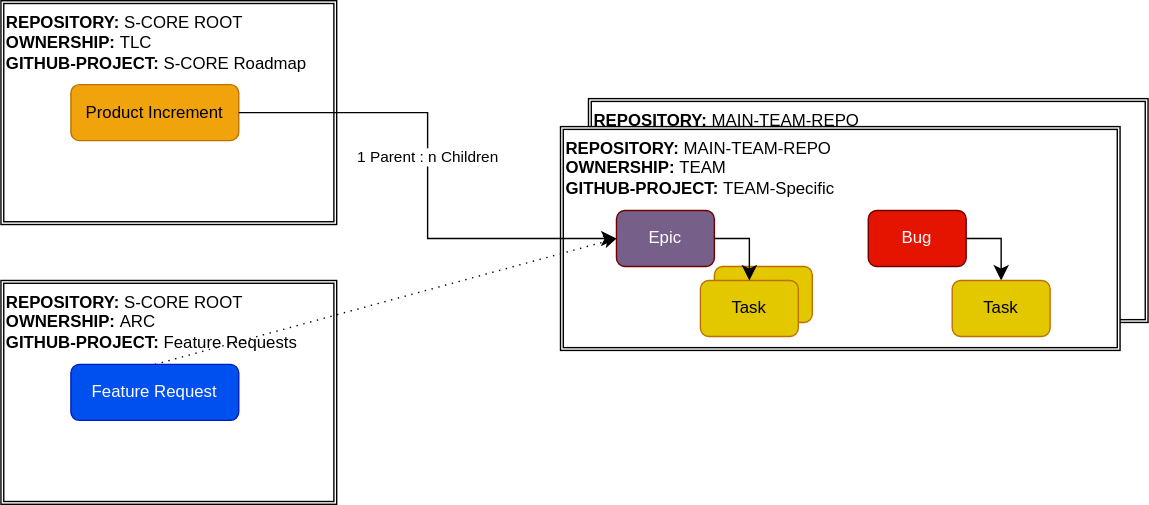
Before: docs/platform_management_plan/_assets/score_project_management_planning_overview.drawio.svg, a diagram exported from draw.io (eclipse-score/score). Source tidied: cells renumbered, new cells last; positions are measured from the earlier drawing's top-left corner, leaving out a move shared by most shapes.
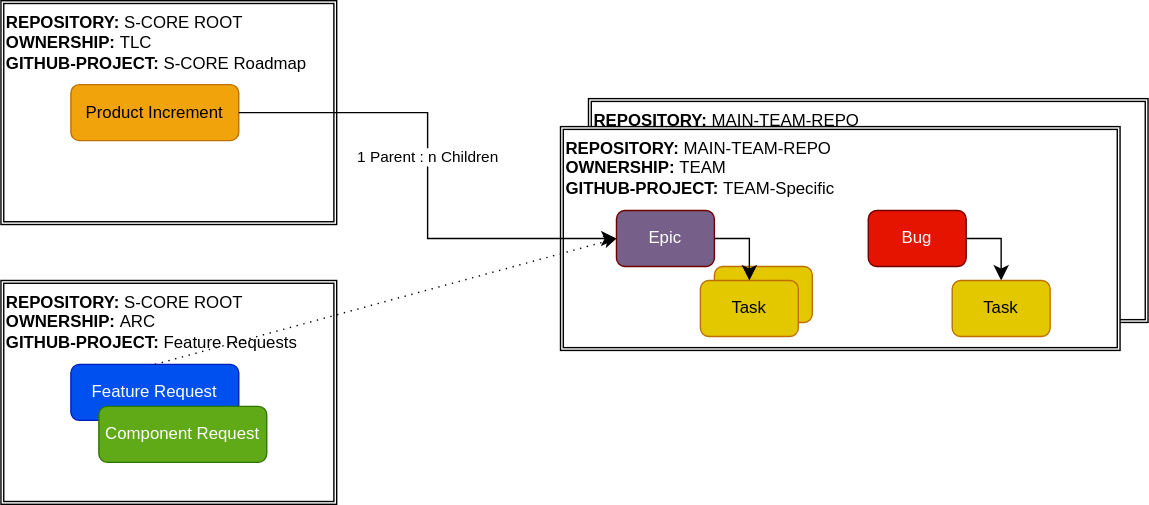
Above is the later version.

What changed in the source:
```diff
@@ -50,5 +50,8 @@
     <mxCell id="17" style="edgeStyle=segmentEdgeStyle;endArrow=classic;html=1;curved=0;rounded=0;endSize=8;startSize=8;entryX=0.5;entryY=0;entryDx=0;entryDy=0;exitX=1;exitY=0.5;exitDx=0;exitDy=0;" parent="1" edge="1" source="8" target="16">
       <mxGeometry relative="1" as="geometry" />
     </mxCell>
+    <mxCell id="18" value="Component Request" style="rounded=1;whiteSpace=wrap;html=1;fillColor=#60a917;fontColor=#ffffff;strokeColor=#2D7600;" parent="1" vertex="1">
+      <mxGeometry x="70" y="290" width="120" height="40" as="geometry" />
+    </mxCell>
   </root>
 </mxGraphModel>
```
